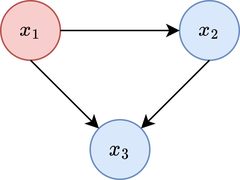
rorycreedon/msc_thesis keeps this draw.io diagram as tex/images/draw.io/toy_scm.png. Above is the earlier version. Source tidied: cells renumbered, new cells last; positions are measured from the earlier drawing's top-left corner, leaving out a move shared by most shapes.
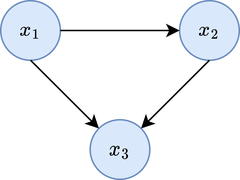
Above is the later version.

The edit, as a diff of the source:
```diff
@@ -2,7 +2,7 @@
   <root>
     <mxCell id="0" />
     <mxCell id="1" parent="0" />
-    <mxCell id="2" value="$$x_1$$" style="ellipse;whiteSpace=wrap;html=1;fillColor=#f8cecc;strokeColor=#b85450;" parent="1" vertex="1">
+    <mxCell id="2" value="$$x_1$$" style="ellipse;whiteSpace=wrap;html=1;fillColor=#dae8fc;strokeColor=#6c8ebf;" parent="1" vertex="1">
       <mxGeometry width="40" height="40" as="geometry" />
     </mxCell>
     <mxCell id="3" value="$$x_2$$" style="ellipse;whiteSpace=wrap;html=1;fillColor=#dae8fc;strokeColor=#6c8ebf;" parent="1" vertex="1">
```
